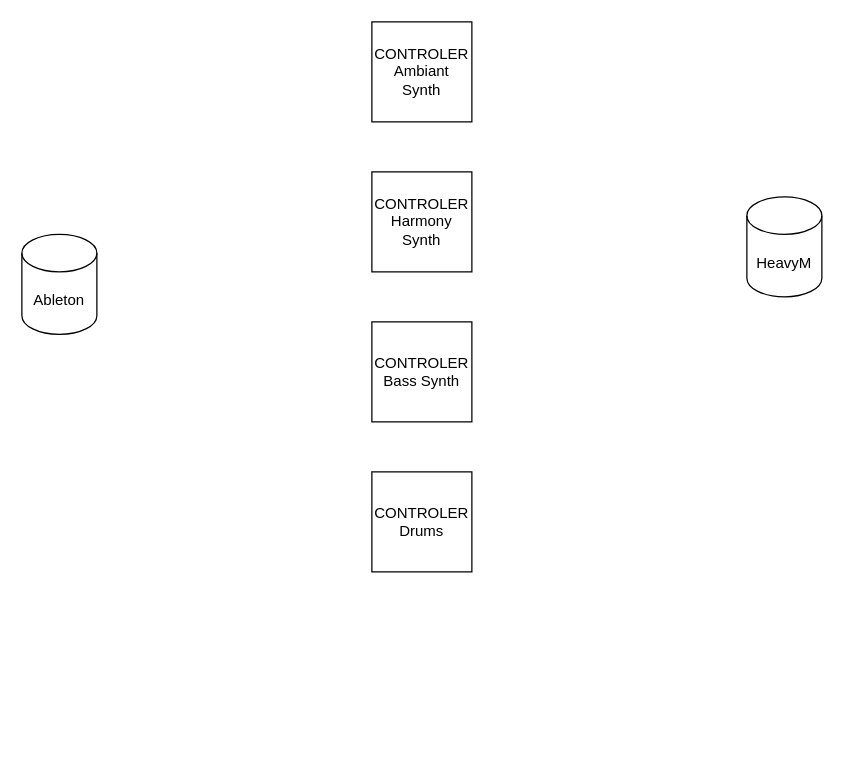
This is controlers_diagram.drawio from LeonardHehlen/HeavyM_project, a draw.io file, before an edit. Source tidied: cells renumbered, new cells numbered last; positions are measured from the earlier drawing's top-left corner, leaving out a move shared by most shapes. Both pictures are drawn from the tidied source at 125%, with x=0, y=0 at pixel (21, 21).
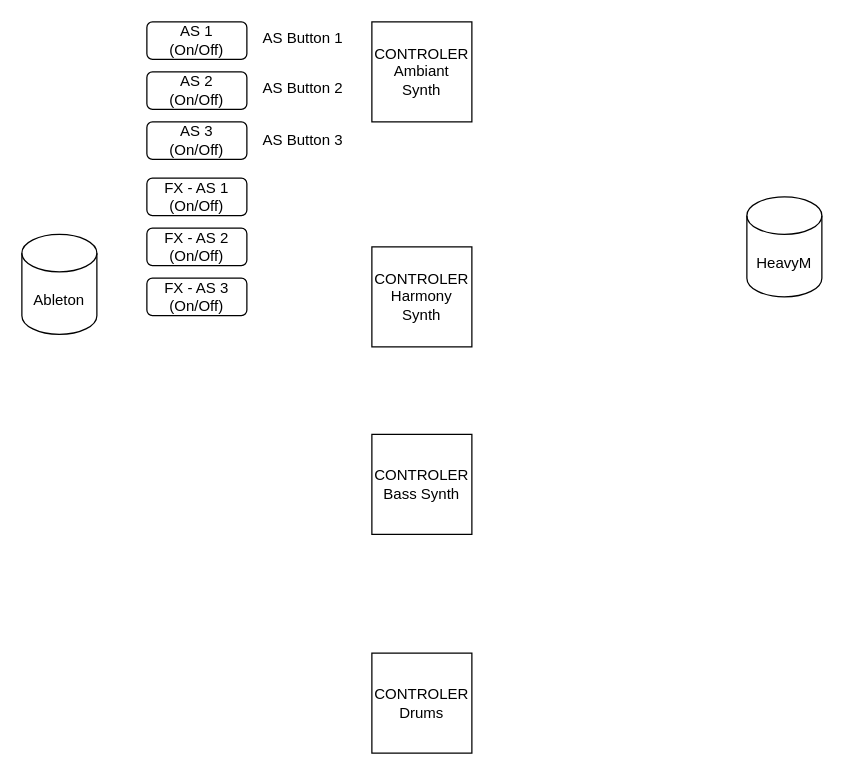
The same diagram, later.

What changed in the source:
```diff
@@
 <mxGraphModel>
   <root>
     <mxCell id="0" />
     <mxCell id="1" parent="0" />
     <mxCell id="2" value="&lt;div&gt;CONTROLER&lt;/div&gt;&lt;div&gt;Bass Synth&lt;/div&gt;" style="whiteSpace=wrap;html=1;" parent="1" vertex="1">
-      <mxGeometry x="280" y="240" width="80" height="80" as="geometry" />
+      <mxGeometry x="280" y="330" width="80" height="80" as="geometry" />
     </mxCell>
     <mxCell id="3" value="&lt;div&gt;CONTROLER&lt;/div&gt;Harmony Synth" style="whiteSpace=wrap;html=1;" parent="1" vertex="1">
-      <mxGeometry x="280" y="120" width="80" height="80" as="geometry" />
+      <mxGeometry x="280" y="180" width="80" height="80" as="geometry" />
     </mxCell>
     <mxCell id="4" value="&lt;div&gt;CONTROLER&lt;/div&gt;&lt;div&gt;Ambiant Synth&lt;/div&gt;" style="whiteSpace=wrap;html=1;" parent="1" vertex="1">
       <mxGeometry x="280" width="80" height="80" as="geometry" />
     </mxCell>
     <mxCell id="5" value="&lt;div&gt;&lt;div&gt;CONTROLER&lt;/div&gt;Drums&lt;/div&gt;" style="whiteSpace=wrap;html=1;" parent="1" vertex="1">
-      <mxGeometry x="280" y="360" width="80" height="80" as="geometry" />
+      <mxGeometry x="280" y="505" width="80" height="80" as="geometry" />
     </mxCell>
     <mxCell id="6" value="Ableton" style="shape=cylinder3;whiteSpace=wrap;html=1;boundedLbl=1;backgroundOutline=1;size=15;" parent="1" vertex="1">
       <mxGeometry y="170" width="60" height="80" as="geometry" />
     </mxCell>
     <mxCell id="7" value="HeavyM" style="shape=cylinder3;whiteSpace=wrap;html=1;boundedLbl=1;backgroundOutline=1;size=15;" parent="1" vertex="1">
       <mxGeometry x="580" y="140" width="60" height="80" as="geometry" />
     </mxCell>
+    <mxCell id="8" value="&lt;div&gt;AS 1&lt;/div&gt;&lt;div&gt;(On/Off)&lt;br&gt;&lt;/div&gt;" style="rounded=1;whiteSpace=wrap;html=1;" parent="1" vertex="1">
+      <mxGeometry x="100" width="80" height="30" as="geometry" />
+    </mxCell>
+    <mxCell id="9" value="&lt;div&gt;AS 2&lt;/div&gt;&lt;div&gt;(On/Off)&lt;/div&gt;" style="rounded=1;whiteSpace=wrap;html=1;" parent="1" vertex="1">
+      <mxGeometry x="100" y="40" width="80" height="30" as="geometry" />
+    </mxCell>
+    <mxCell id="10" value="&lt;div&gt;AS 3&lt;br&gt;&lt;/div&gt;(On/Off)" style="rounded=1;whiteSpace=wrap;html=1;" parent="1" vertex="1">
+      <mxGeometry x="100" y="80" width="80" height="30" as="geometry" />
+    </mxCell>
+    <mxCell id="11" value="AS Button 1" style="text;html=1;strokeColor=none;fillColor=none;align=center;verticalAlign=middle;whiteSpace=wrap;rounded=0;" parent="1" vertex="1">
+      <mxGeometry x="190" width="70" height="25" as="geometry" />
+    </mxCell>
+    <mxCell id="12" value="AS Button 2" style="text;html=1;strokeColor=none;fillColor=none;align=center;verticalAlign=middle;whiteSpace=wrap;rounded=0;" parent="1" vertex="1">
+      <mxGeometry x="190" y="40" width="70" height="25" as="geometry" />
+    </mxCell>
+    <mxCell id="13" value="AS Button 3" style="text;html=1;strokeColor=none;fillColor=none;align=center;verticalAlign=middle;whiteSpace=wrap;rounded=0;" parent="1" vertex="1">
+      <mxGeometry x="190" y="82.5" width="70" height="25" as="geometry" />
+    </mxCell>
+    <mxCell id="14" value="&lt;div&gt;FX - AS 1&lt;/div&gt;&lt;div&gt;(On/Off)&lt;br&gt;&lt;/div&gt;" style="rounded=1;whiteSpace=wrap;html=1;" parent="1" vertex="1">
+      <mxGeometry x="100" y="125" width="80" height="30" as="geometry" />
+    </mxCell>
+    <mxCell id="15" value="FX - AS 2&lt;div&gt;(On/Off)&lt;/div&gt;" style="rounded=1;whiteSpace=wrap;html=1;" parent="1" vertex="1">
+      <mxGeometry x="100" y="165" width="80" height="30" as="geometry" />
+    </mxCell>
+    <mxCell id="16" value="FX - AS 3&lt;br&gt;(On/Off)" style="rounded=1;whiteSpace=wrap;html=1;" parent="1" vertex="1">
+      <mxGeometry x="100" y="205" width="80" height="30" as="geometry" />
+    </mxCell>
   </root>
 </mxGraphModel>
```
